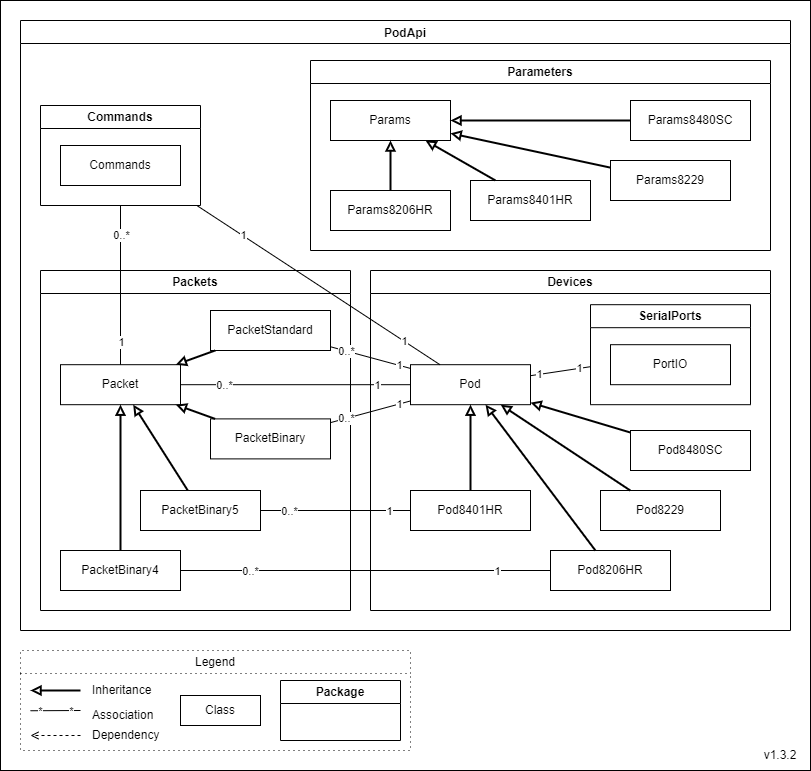
Before: Documents/Diagrams/class-diagrams-PodApi.png, a diagram exported from draw.io (Pinnacle-Technology-Inc/Morelia). Source tidied: cells renumbered, new cells last; positions are measured from the earlier drawing's top-left corner, leaving out a move shared by most shapes. Source of this version:
```xml
<mxGraphModel>
  <root>
    <mxCell id="0" />
    <mxCell id="1" parent="0" />
    <mxCell id="2" style="rounded=0;whiteSpace=wrap;html=1;" parent="1" vertex="1">
      <mxGeometry width="810" height="770" as="geometry" />
    </mxCell>
    <mxCell id="3" value="Legend" style="swimlane;whiteSpace=wrap;html=1;gradientColor=none;dashed=1;dashPattern=1 4;fontStyle=0;" parent="1" vertex="1">
      <mxGeometry x="20" y="650" width="390" height="100" as="geometry" />
    </mxCell>
    <mxCell id="4" value="Inheritance" style="text;html=1;strokeColor=none;fillColor=none;align=left;verticalAlign=middle;whiteSpace=wrap;rounded=0;fontStyle=0;" parent="3" vertex="1">
      <mxGeometry x="70" y="30" width="80" height="20" as="geometry" />
    </mxCell>
    <mxCell id="5" style="endArrow=block;html=1;endFill=0;strokeWidth=2;fontStyle=0;" parent="3" edge="1">
      <mxGeometry relative="1" as="geometry">
        <mxPoint x="60" y="40" as="sourcePoint" />
        <mxPoint x="10" y="40" as="targetPoint" />
      </mxGeometry>
    </mxCell>
    <mxCell id="6" value="Association" style="text;html=1;strokeColor=none;fillColor=none;align=left;verticalAlign=middle;whiteSpace=wrap;rounded=0;fontStyle=0;" parent="3" vertex="1">
      <mxGeometry x="70" y="55" width="80" height="20" as="geometry" />
    </mxCell>
    <mxCell id="7" style="endArrow=none;html=1;endFill=0;fontStyle=0;" parent="3" edge="1">
      <mxGeometry relative="1" as="geometry">
        <mxPoint x="60" y="60" as="sourcePoint" />
        <mxPoint x="10" y="60.2" as="targetPoint" />
      </mxGeometry>
    </mxCell>
    <mxCell id="8" value="*" style="edgeLabel;html=1;align=center;verticalAlign=middle;fontStyle=0;" parent="7" vertex="1">
      <mxGeometry x="0.63" relative="1" as="geometry" />
    </mxCell>
    <mxCell id="9" value="*&lt;br&gt;" style="edgeLabel;html=1;align=center;verticalAlign=middle;fontStyle=0;" parent="7" vertex="1">
      <mxGeometry x="-0.71" relative="1" as="geometry">
        <mxPoint x="-3" as="offset" />
      </mxGeometry>
    </mxCell>
    <mxCell id="10" value="Class" style="rounded=0;whiteSpace=wrap;html=1;" parent="3" vertex="1">
      <mxGeometry x="160" y="45" width="80" height="30" as="geometry" />
    </mxCell>
    <mxCell id="11" value="Package" style="swimlane;whiteSpace=wrap;html=1;" parent="3" vertex="1">
      <mxGeometry x="260" y="30" width="120" height="60" as="geometry" />
    </mxCell>
    <mxCell id="12" style="endArrow=open;html=1;endFill=0;dashed=1;fontStyle=0;" parent="3" edge="1">
      <mxGeometry relative="1" as="geometry">
        <mxPoint x="60" y="85" as="sourcePoint" />
        <mxPoint x="10" y="85" as="targetPoint" />
      </mxGeometry>
    </mxCell>
    <mxCell id="13" value="Dependency" style="text;html=1;strokeColor=none;fillColor=none;align=left;verticalAlign=middle;whiteSpace=wrap;rounded=0;fontStyle=0;" parent="3" vertex="1">
      <mxGeometry x="70" y="75" width="80" height="20" as="geometry" />
    </mxCell>
    <mxCell id="14" value="v1.3.2" style="text;html=1;strokeColor=none;fillColor=none;align=center;verticalAlign=middle;whiteSpace=wrap;rounded=0;fontStyle=0;" parent="1" vertex="1">
      <mxGeometry x="750" y="740" width="60" height="30" as="geometry" />
    </mxCell>
    <mxCell id="15" value="PodApi" style="swimlane;startSize=23;" parent="1" vertex="1">
      <mxGeometry x="20" y="20" width="770" height="610" as="geometry" />
    </mxCell>
    <mxCell id="16" value="Parameters" style="swimlane;whiteSpace=wrap;html=1;" parent="15" vertex="1">
      <mxGeometry x="290" y="40" width="460" height="190" as="geometry" />
    </mxCell>
    <mxCell id="17" value="&lt;span&gt;Params8206HR&lt;/span&gt;" style="rounded=0;whiteSpace=wrap;html=1;fontStyle=0;" parent="16" vertex="1">
      <mxGeometry x="20" y="130" width="120" height="40" as="geometry" />
    </mxCell>
    <mxCell id="18" value="Params8401HR" style="rounded=0;whiteSpace=wrap;html=1;fontStyle=0;" parent="16" vertex="1">
      <mxGeometry x="160" y="120" width="120" height="40" as="geometry" />
    </mxCell>
    <mxCell id="19" value="Params8229" style="rounded=0;whiteSpace=wrap;html=1;fontStyle=0;" parent="16" vertex="1">
      <mxGeometry x="300" y="100" width="120" height="40" as="geometry" />
    </mxCell>
    <mxCell id="20" value="Params8480SC" style="rounded=0;whiteSpace=wrap;html=1;fontStyle=0;" parent="16" vertex="1">
      <mxGeometry x="320" y="40" width="120" height="40" as="geometry" />
    </mxCell>
    <mxCell id="21" value="Params" style="rounded=0;whiteSpace=wrap;html=1;fontStyle=0;" parent="16" vertex="1">
      <mxGeometry x="20" y="40" width="120" height="40" as="geometry" />
    </mxCell>
    <mxCell id="22" style="endArrow=block;html=1;endFill=0;strokeWidth=2;fontStyle=0;" parent="16" edge="1" source="20" target="21">
      <mxGeometry relative="1" as="geometry" />
    </mxCell>
    <mxCell id="23" style="endArrow=block;html=1;endFill=0;strokeWidth=2;fontStyle=0;" parent="16" edge="1" source="17" target="21">
      <mxGeometry relative="1" as="geometry" />
    </mxCell>
    <mxCell id="24" style="endArrow=block;html=1;endFill=0;strokeWidth=2;fontStyle=0;" parent="16" edge="1" source="18" target="21">
      <mxGeometry relative="1" as="geometry" />
    </mxCell>
    <mxCell id="25" style="endArrow=block;html=1;endFill=0;strokeWidth=2;fontStyle=0;" parent="16" edge="1" source="19" target="21">
      <mxGeometry relative="1" as="geometry" />
    </mxCell>
    <mxCell id="26" value="Commands" style="swimlane;whiteSpace=wrap;html=1;" parent="15" vertex="1">
      <mxGeometry x="20" y="85" width="160" height="100" as="geometry" />
    </mxCell>
    <mxCell id="27" value="Commands" style="rounded=0;whiteSpace=wrap;html=1;fontStyle=0;" parent="26" vertex="1">
      <mxGeometry x="20" y="40" width="120" height="40" as="geometry" />
    </mxCell>
    <mxCell id="28" value="Packets" style="swimlane;whiteSpace=wrap;html=1;" parent="15" vertex="1">
      <mxGeometry x="20" y="250" width="310" height="340" as="geometry" />
    </mxCell>
    <mxCell id="29" value="Packet" style="rounded=0;whiteSpace=wrap;html=1;fontStyle=0;" parent="28" vertex="1">
      <mxGeometry x="20" y="94.2" width="120" height="40" as="geometry" />
    </mxCell>
    <mxCell id="30" value="&lt;span&gt;PacketStandard&lt;/span&gt;" style="rounded=0;whiteSpace=wrap;html=1;fontStyle=0;" parent="28" vertex="1">
      <mxGeometry x="170" y="40" width="120" height="40" as="geometry" />
    </mxCell>
    <mxCell id="31" style="endArrow=block;html=1;endFill=0;strokeWidth=2;fontStyle=0;" parent="28" edge="1" source="30" target="29">
      <mxGeometry relative="1" as="geometry" />
    </mxCell>
    <mxCell id="32" value="PacketBinary" style="rounded=0;whiteSpace=wrap;html=1;fontStyle=0;" parent="28" vertex="1">
      <mxGeometry x="170" y="148.4" width="120" height="40" as="geometry" />
    </mxCell>
    <mxCell id="33" style="endArrow=block;html=1;endFill=0;strokeWidth=2;fontStyle=0;" parent="28" edge="1" source="32" target="29">
      <mxGeometry relative="1" as="geometry" />
    </mxCell>
    <mxCell id="34" value="&lt;span&gt;PacketBinary5&lt;/span&gt;" style="rounded=0;whiteSpace=wrap;html=1;fontStyle=0;" parent="28" vertex="1">
      <mxGeometry x="100" y="220" width="120" height="40" as="geometry" />
    </mxCell>
    <mxCell id="35" style="endArrow=block;html=1;endFill=0;strokeWidth=2;fontStyle=0;" parent="28" edge="1" source="34" target="29">
      <mxGeometry relative="1" as="geometry" />
    </mxCell>
    <mxCell id="36" value="&lt;span&gt;PacketBinary4&lt;/span&gt;" style="rounded=0;whiteSpace=wrap;html=1;fontStyle=0;" parent="28" vertex="1">
      <mxGeometry x="20" y="280" width="120" height="40" as="geometry" />
    </mxCell>
    <mxCell id="37" style="endArrow=block;html=1;endFill=0;strokeWidth=2;fontStyle=0;" parent="28" edge="1" source="36" target="29">
      <mxGeometry relative="1" as="geometry" />
    </mxCell>
    <mxCell id="38" value="Devices" style="swimlane;whiteSpace=wrap;html=1;" parent="15" vertex="1">
      <mxGeometry x="350" y="250" width="400" height="340" as="geometry" />
    </mxCell>
    <mxCell id="39" value="Pod" style="rounded=0;whiteSpace=wrap;html=1;fontStyle=0;" parent="38" vertex="1">
      <mxGeometry x="40" y="94.2" width="120" height="40" as="geometry" />
    </mxCell>
    <mxCell id="40" value="&lt;span&gt;Pod8401HR&lt;/span&gt;" style="rounded=0;whiteSpace=wrap;html=1;fontStyle=0;" parent="38" vertex="1">
      <mxGeometry x="40" y="220" width="120" height="40" as="geometry" />
    </mxCell>
    <mxCell id="41" style="endArrow=block;html=1;endFill=0;strokeWidth=2;fontStyle=0;" parent="38" edge="1" source="40" target="39">
      <mxGeometry relative="1" as="geometry" />
    </mxCell>
    <mxCell id="42" value="Pod&lt;span&gt;8206HR&lt;/span&gt;" style="rounded=0;whiteSpace=wrap;html=1;fontStyle=0;" parent="38" vertex="1">
      <mxGeometry x="180" y="280" width="120" height="40" as="geometry" />
    </mxCell>
    <mxCell id="43" style="endArrow=block;html=1;endFill=0;strokeWidth=2;fontStyle=0;" parent="38" edge="1" source="42" target="39">
      <mxGeometry relative="1" as="geometry" />
    </mxCell>
    <mxCell id="44" value="Pod8229" style="rounded=0;whiteSpace=wrap;html=1;fontStyle=0;" parent="38" vertex="1">
      <mxGeometry x="230" y="220" width="120" height="40" as="geometry" />
    </mxCell>
    <mxCell id="45" style="endArrow=block;html=1;endFill=0;strokeWidth=2;fontStyle=0;" parent="38" edge="1" source="44" target="39">
      <mxGeometry relative="1" as="geometry" />
    </mxCell>
    <mxCell id="46" value="Pod&lt;span&gt;8480SC&lt;/span&gt;" style="rounded=0;whiteSpace=wrap;html=1;fontStyle=0;" parent="38" vertex="1">
      <mxGeometry x="260" y="160" width="120" height="40" as="geometry" />
    </mxCell>
    <mxCell id="47" style="endArrow=block;html=1;endFill=0;strokeWidth=2;fontStyle=0;" parent="38" edge="1" source="46" target="39">
      <mxGeometry relative="1" as="geometry" />
    </mxCell>
    <mxCell id="48" value="SerialPorts" style="swimlane;whiteSpace=wrap;html=1;" parent="38" vertex="1">
      <mxGeometry x="220" y="34.2" width="160" height="100" as="geometry" />
    </mxCell>
    <mxCell id="49" value="PortIO" style="rounded=0;whiteSpace=wrap;html=1;fontStyle=0;" parent="48" vertex="1">
      <mxGeometry x="20" y="40" width="120" height="40" as="geometry" />
    </mxCell>
    <mxCell id="50" style="endArrow=none;html=1;endFill=0;fontStyle=0;" parent="38" edge="1" source="39" target="48">
      <mxGeometry relative="1" as="geometry" />
    </mxCell>
    <mxCell id="51" value="1" style="edgeLabel;html=1;align=center;verticalAlign=middle;fontStyle=0;" parent="50" vertex="1">
      <mxGeometry x="0.63" relative="1" as="geometry" />
    </mxCell>
    <mxCell id="52" value="1" style="edgeLabel;html=1;align=center;verticalAlign=middle;fontStyle=0;" parent="50" vertex="1">
      <mxGeometry x="-0.71" relative="1" as="geometry" />
    </mxCell>
    <mxCell id="53" style="endArrow=none;html=1;endFill=0;fontStyle=0;" parent="15" edge="1" source="39" target="26">
      <mxGeometry relative="1" as="geometry" />
    </mxCell>
    <mxCell id="54" value="1" style="edgeLabel;html=1;align=center;verticalAlign=middle;fontStyle=0;" parent="53" vertex="1">
      <mxGeometry x="0.63" relative="1" as="geometry" />
    </mxCell>
    <mxCell id="55" value="1" style="edgeLabel;html=1;align=center;verticalAlign=middle;fontStyle=0;" parent="53" vertex="1">
      <mxGeometry x="-0.71" relative="1" as="geometry" />
    </mxCell>
    <mxCell id="56" style="endArrow=none;html=1;endFill=0;fontStyle=4;" parent="15" edge="1" source="39" target="29">
      <mxGeometry relative="1" as="geometry" />
    </mxCell>
    <mxCell id="57" value="0..*" style="edgeLabel;html=1;align=center;verticalAlign=middle;fontStyle=0;" parent="56" vertex="1">
      <mxGeometry x="0.63" relative="1" as="geometry" />
    </mxCell>
    <mxCell id="58" value="1" style="edgeLabel;html=1;align=center;verticalAlign=middle;fontStyle=0;" parent="56" vertex="1">
      <mxGeometry x="-0.71" relative="1" as="geometry" />
    </mxCell>
    <mxCell id="59" style="endArrow=none;html=1;endFill=0;fontStyle=0;" parent="15" edge="1" source="39" target="30">
      <mxGeometry relative="1" as="geometry" />
    </mxCell>
    <mxCell id="60" value="0..*" style="edgeLabel;html=1;align=center;verticalAlign=middle;fontStyle=0;" parent="59" vertex="1">
      <mxGeometry x="0.63" relative="1" as="geometry" />
    </mxCell>
    <mxCell id="61" value="1" style="edgeLabel;html=1;align=center;verticalAlign=middle;fontStyle=0;" parent="59" vertex="1">
      <mxGeometry x="-0.71" relative="1" as="geometry" />
    </mxCell>
    <mxCell id="62" style="endArrow=none;html=1;endFill=0;fontStyle=0;" parent="15" edge="1" source="39" target="32">
      <mxGeometry relative="1" as="geometry" />
    </mxCell>
    <mxCell id="63" value="0..*" style="edgeLabel;html=1;align=center;verticalAlign=middle;fontStyle=0;" parent="62" vertex="1">
      <mxGeometry x="0.63" relative="1" as="geometry" />
    </mxCell>
    <mxCell id="64" value="1" style="edgeLabel;html=1;align=center;verticalAlign=middle;fontStyle=0;" parent="62" vertex="1">
      <mxGeometry x="-0.71" relative="1" as="geometry" />
    </mxCell>
    <mxCell id="65" style="endArrow=none;html=1;endFill=0;fontStyle=0;" parent="15" edge="1" source="42" target="36">
      <mxGeometry relative="1" as="geometry" />
    </mxCell>
    <mxCell id="66" value="0..*" style="edgeLabel;html=1;align=center;verticalAlign=middle;fontStyle=0;" parent="65" vertex="1">
      <mxGeometry x="0.63" relative="1" as="geometry" />
    </mxCell>
    <mxCell id="67" value="1" style="edgeLabel;html=1;align=center;verticalAlign=middle;fontStyle=0;" parent="65" vertex="1">
      <mxGeometry x="-0.71" relative="1" as="geometry" />
    </mxCell>
    <mxCell id="68" style="endArrow=none;html=1;endFill=0;fontStyle=0;" parent="15" edge="1" source="40" target="34">
      <mxGeometry relative="1" as="geometry" />
    </mxCell>
    <mxCell id="69" value="0..*" style="edgeLabel;html=1;align=center;verticalAlign=middle;fontStyle=0;" parent="68" vertex="1">
      <mxGeometry x="0.63" relative="1" as="geometry" />
    </mxCell>
    <mxCell id="70" value="1" style="edgeLabel;html=1;align=center;verticalAlign=middle;fontStyle=0;" parent="68" vertex="1">
      <mxGeometry x="-0.71" relative="1" as="geometry" />
    </mxCell>
    <mxCell id="71" style="endArrow=none;html=1;endFill=0;fontStyle=0;" parent="15" edge="1" source="29" target="26">
      <mxGeometry relative="1" as="geometry" />
    </mxCell>
    <mxCell id="72" value="0..*" style="edgeLabel;html=1;align=center;verticalAlign=middle;fontStyle=0;" parent="71" vertex="1">
      <mxGeometry x="0.63" relative="1" as="geometry" />
    </mxCell>
    <mxCell id="73" value="1" style="edgeLabel;html=1;align=center;verticalAlign=middle;fontStyle=0;" parent="71" vertex="1">
      <mxGeometry x="-0.71" relative="1" as="geometry" />
    </mxCell>
  </root>
</mxGraphModel>
```
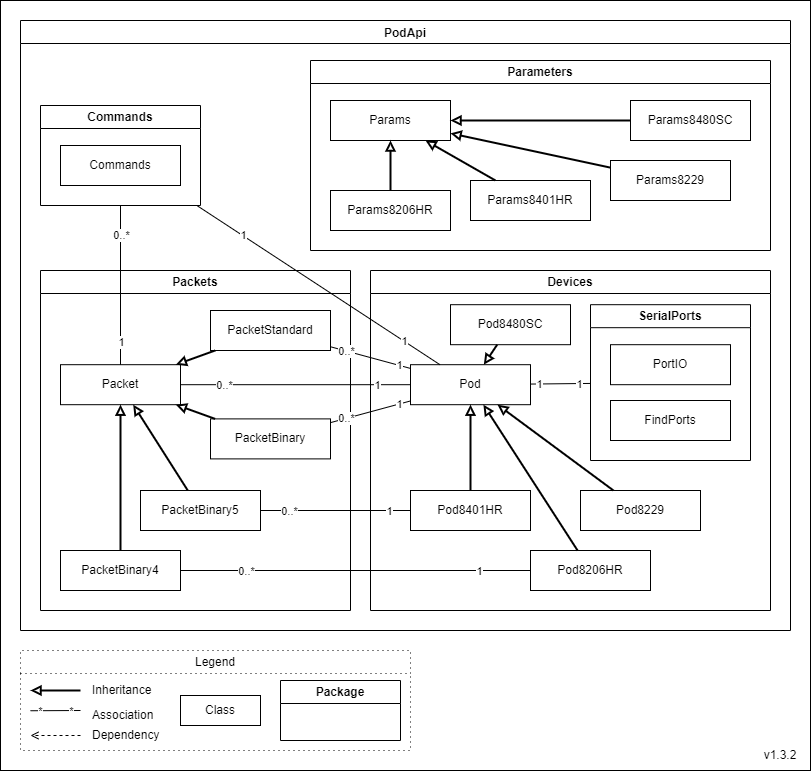
The same diagram one commit later.

Commit message:
[PA-47] add FindPorts to diagram

What changed in the source:
```diff
@@ -134,25 +134,25 @@
       <mxGeometry relative="1" as="geometry" />
     </mxCell>
     <mxCell id="42" value="Pod&lt;span&gt;8206HR&lt;/span&gt;" style="rounded=0;whiteSpace=wrap;html=1;fontStyle=0;" parent="38" vertex="1">
-      <mxGeometry x="180" y="280" width="120" height="40" as="geometry" />
+      <mxGeometry x="160" y="280" width="120" height="40" as="geometry" />
     </mxCell>
     <mxCell id="43" style="endArrow=block;html=1;endFill=0;strokeWidth=2;fontStyle=0;" parent="38" edge="1" source="42" target="39">
       <mxGeometry relative="1" as="geometry" />
     </mxCell>
     <mxCell id="44" value="Pod8229" style="rounded=0;whiteSpace=wrap;html=1;fontStyle=0;" parent="38" vertex="1">
-      <mxGeometry x="230" y="220" width="120" height="40" as="geometry" />
+      <mxGeometry x="210" y="220" width="120" height="40" as="geometry" />
     </mxCell>
     <mxCell id="45" style="endArrow=block;html=1;endFill=0;strokeWidth=2;fontStyle=0;" parent="38" edge="1" source="44" target="39">
       <mxGeometry relative="1" as="geometry" />
     </mxCell>
     <mxCell id="46" value="Pod&lt;span&gt;8480SC&lt;/span&gt;" style="rounded=0;whiteSpace=wrap;html=1;fontStyle=0;" parent="38" vertex="1">
-      <mxGeometry x="260" y="160" width="120" height="40" as="geometry" />
+      <mxGeometry x="80" y="34.2" width="120" height="40" as="geometry" />
     </mxCell>
     <mxCell id="47" style="endArrow=block;html=1;endFill=0;strokeWidth=2;fontStyle=0;" parent="38" edge="1" source="46" target="39">
       <mxGeometry relative="1" as="geometry" />
     </mxCell>
     <mxCell id="48" value="SerialPorts" style="swimlane;whiteSpace=wrap;html=1;" parent="38" vertex="1">
-      <mxGeometry x="220" y="34.2" width="160" height="100" as="geometry" />
+      <mxGeometry x="220" y="34.2" width="160" height="155.8" as="geometry" />
     </mxCell>
     <mxCell id="49" value="PortIO" style="rounded=0;whiteSpace=wrap;html=1;fontStyle=0;" parent="48" vertex="1">
       <mxGeometry x="20" y="40" width="120" height="40" as="geometry" />
@@ -229,5 +229,8 @@
     <mxCell id="73" value="1" style="edgeLabel;html=1;align=center;verticalAlign=middle;fontStyle=0;" parent="71" vertex="1">
       <mxGeometry x="-0.71" relative="1" as="geometry" />
     </mxCell>
+    <mxCell id="74" value="FindPorts" style="rounded=0;whiteSpace=wrap;html=1;fontStyle=0;" parent="1" vertex="1">
+      <mxGeometry x="610" y="400" width="120" height="40" as="geometry" />
+    </mxCell>
   </root>
 </mxGraphModel>
```
